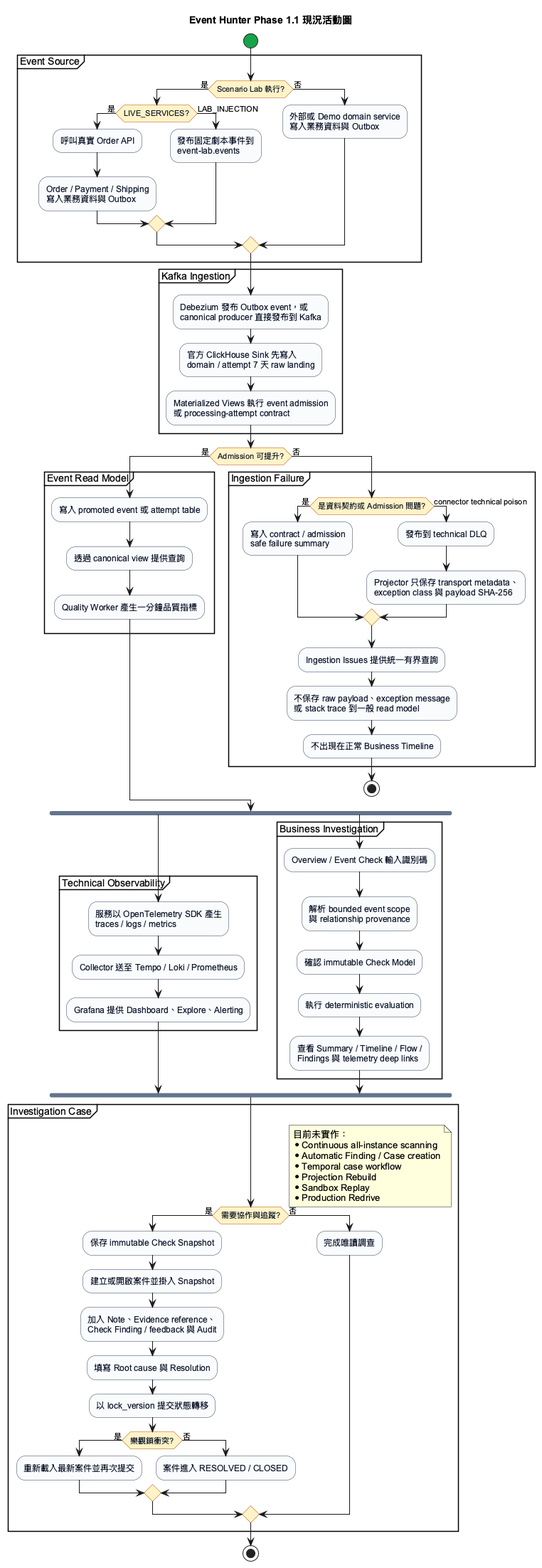
This is requirements/architecture/diagrams/event-hunter-activity.png from zhjiangexe/event-hunter, a PlantUML export, as it was before one commit. Source of this version:
```plantuml
@startuml event-hunter-activity
title Event Hunter Phase 1.1 現況活動圖

skinparam backgroundColor #FFFFFF
skinparam shadowing false
skinparam defaultFontName "Arial"
skinparam activity {
  BackgroundColor #F8FAFC
  BorderColor #334155
  FontColor #0F172A
  DiamondBackgroundColor #FEF3C7
  DiamondBorderColor #B45309
  StartColor #16A34A
  EndColor #DC2626
  BarColor #64748B
}

start

partition "Event Source" {
  if (Scenario Lab 執行?) then (是)
    if (LIVE_SERVICES?) then (是)
      :呼叫真實 Order API;
      :Order / Payment / Shipping
      寫入業務資料與 Outbox;
    else (LAB_INJECTION)
      :發布固定劇本事件到
      event-lab.events;
    endif
  else (否)
    :外部或 Demo domain service
    寫入業務資料與 Outbox;
  endif
}

partition "Kafka Ingestion" {
  :Debezium 發布 Outbox event，或
  canonical producer 直接發布到 Kafka;
  :官方 ClickHouse Sink 先寫入
  domain / attempt 7 天 raw landing;
  :Materialized Views 執行 event admission
  或 processing-attempt contract;
}

if (Admission 可提升?) then (是)
  partition "Event Read Model" {
    :寫入 promoted event 或 attempt table;
    :透過 canonical view 提供查詢;
    :Quality Worker 產生一分鐘品質指標;
  }
else (否)
  partition "Ingestion Failure" {
    if (是資料契約或 Admission 問題?) then (是)
      :寫入 contract / admission
      safe failure summary;
    else (connector technical poison)
      :發布到 technical DLQ;
      :Projector 只保存 transport metadata、
      exception class 與 payload SHA-256;
    endif
    :Ingestion Issues 提供統一有界查詢;
    :不保存 raw payload、exception message
    或 stack trace 到一般 read model;
    :不出現在正常 Business Timeline;
  }
  stop
endif

fork
  partition "Technical Observability" {
    :服務以 OpenTelemetry SDK 產生
    traces / logs / metrics;
    :Collector 送至 Tempo / Loki / Prometheus;
    :Grafana 提供 Dashboard、Explore、Alerting;
  }
fork again
  partition "Business Investigation" {
    :Overview / Event Check 輸入識別碼;
    :解析 bounded event scope
    與 relationship provenance;
    :確認 immutable Check Model;
    :執行 deterministic evaluation;
    :查看 Summary / Timeline / Flow /
    Findings 與 telemetry deep links;
  }
end fork

partition "Investigation Case" {
  if (需要協作與追蹤?) then (是)
    :保存 immutable Check Snapshot;
    :建立或開啟案件並掛入 Snapshot;
    :加入 Note、Evidence reference、
    Check Finding / feedback 與 Audit;
    :填寫 Root cause 與 Resolution;
    :以 lock_version 提交狀態轉移;
    if (樂觀鎖衝突?) then (是)
      :重新載入最新案件並再次提交;
    else (否)
      :案件進入 RESOLVED / CLOSED;
    endif
  else (否)
    :完成唯讀調查;
  endif
}

note right
  目前未實作：
  * Continuous all-instance scanning
  * Automatic Finding / Case creation
  * Temporal case workflow
  * Projection Rebuild
  * Sandbox Replay
  * Production Redrive
end note

stop
@enduml
```
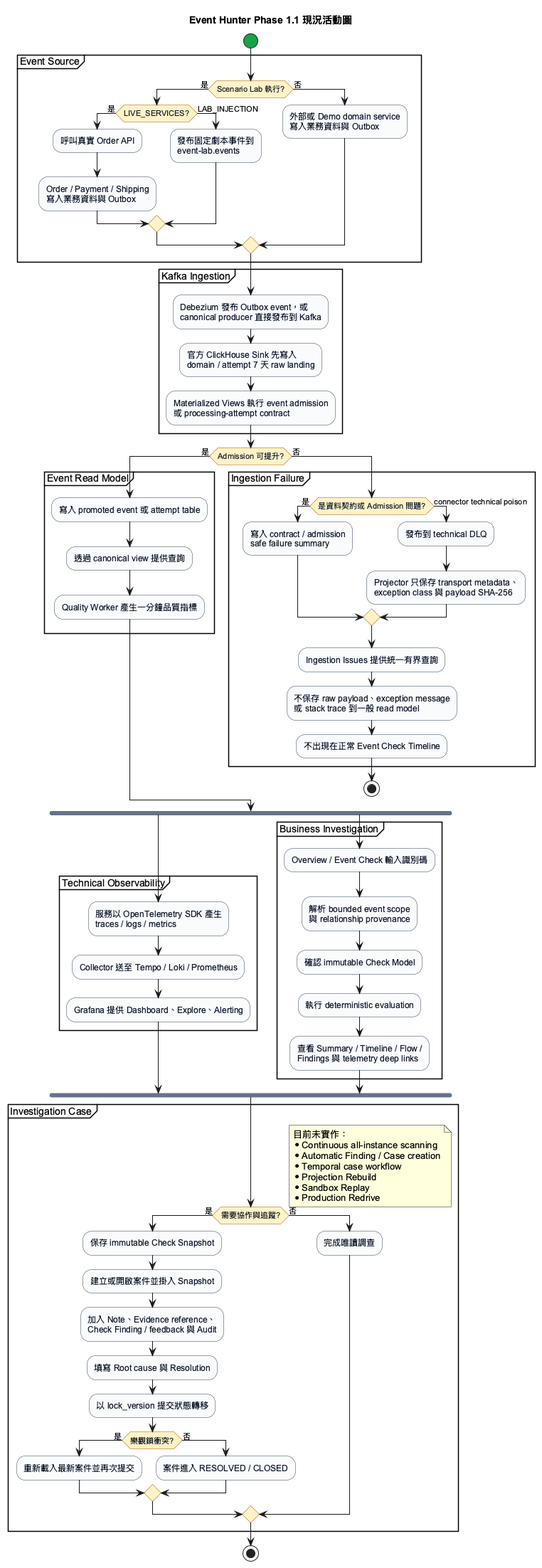
After the commit.

Diff of the diagram source:
```diff
@@ -61,7 +61,7 @@
     :Ingestion Issues 提供統一有界查詢;
     :不保存 raw payload、exception message
     或 stack trace 到一般 read model;
-    :不出現在正常 Business Timeline;
+    :不出現在正常 Event Check Timeline;
   }
   stop
 endif
```
